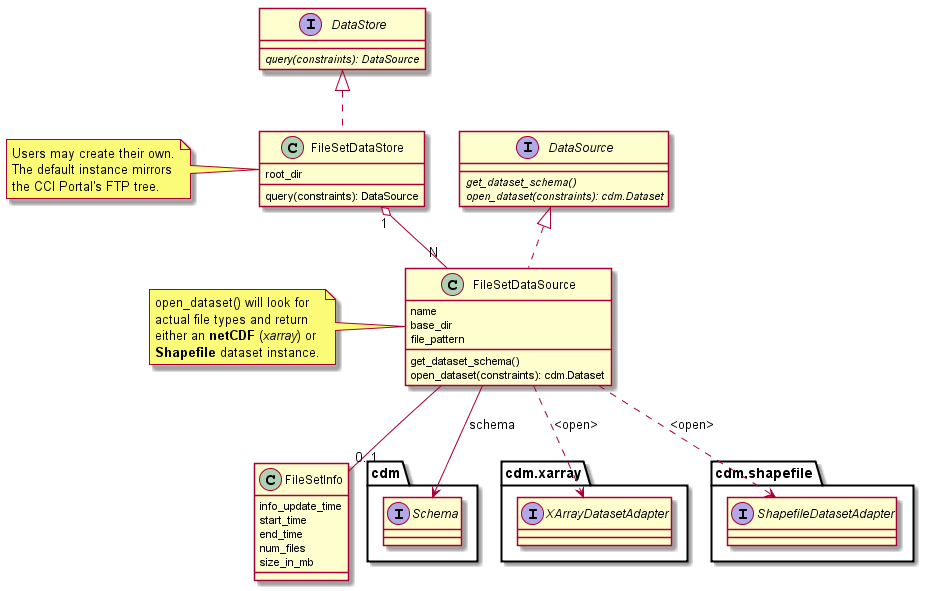
This is doc/source/_static/uml/io_file_set.png from CCI-Tools/cate, a PlantUML export, as it was before one commit.
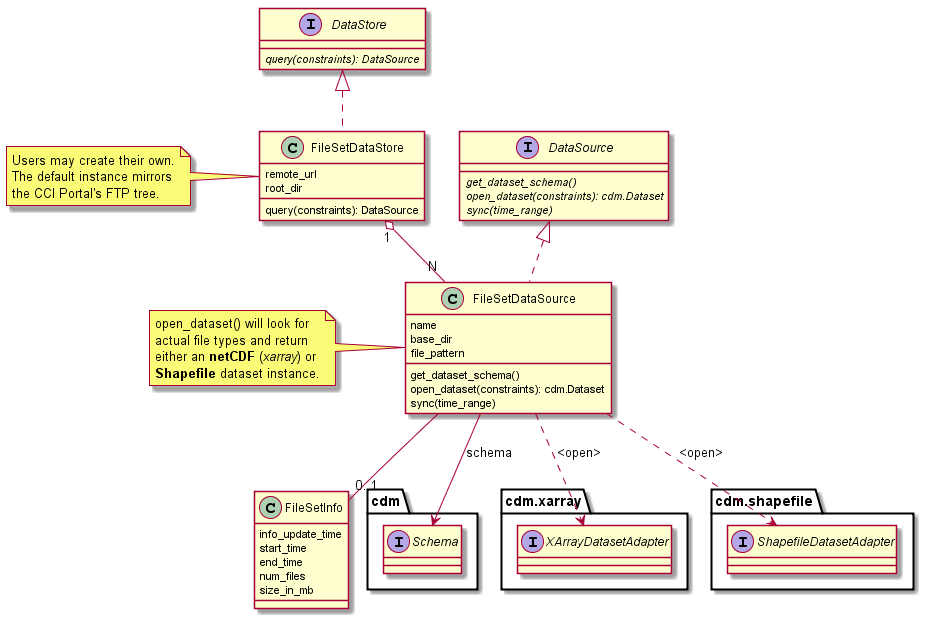
Later version of the same file.

What changed in the source:
```diff
@@ -7,9 +7,11 @@
 interface DataSource {
     {abstract} get_dataset_schema()
     {abstract} open_dataset(constraints): cdm.Dataset
+    {abstract} sync(time_range)
 }
 
 class FileSetDataStore implements DataStore {
+    remote_url
     root_dir
     query(constraints): DataSource
 }
@@ -20,6 +22,7 @@
     file_pattern
     get_dataset_schema()
     open_dataset(constraints): cdm.Dataset
+    sync(time_range)
 }
 
 class FileSetInfo  {
```
